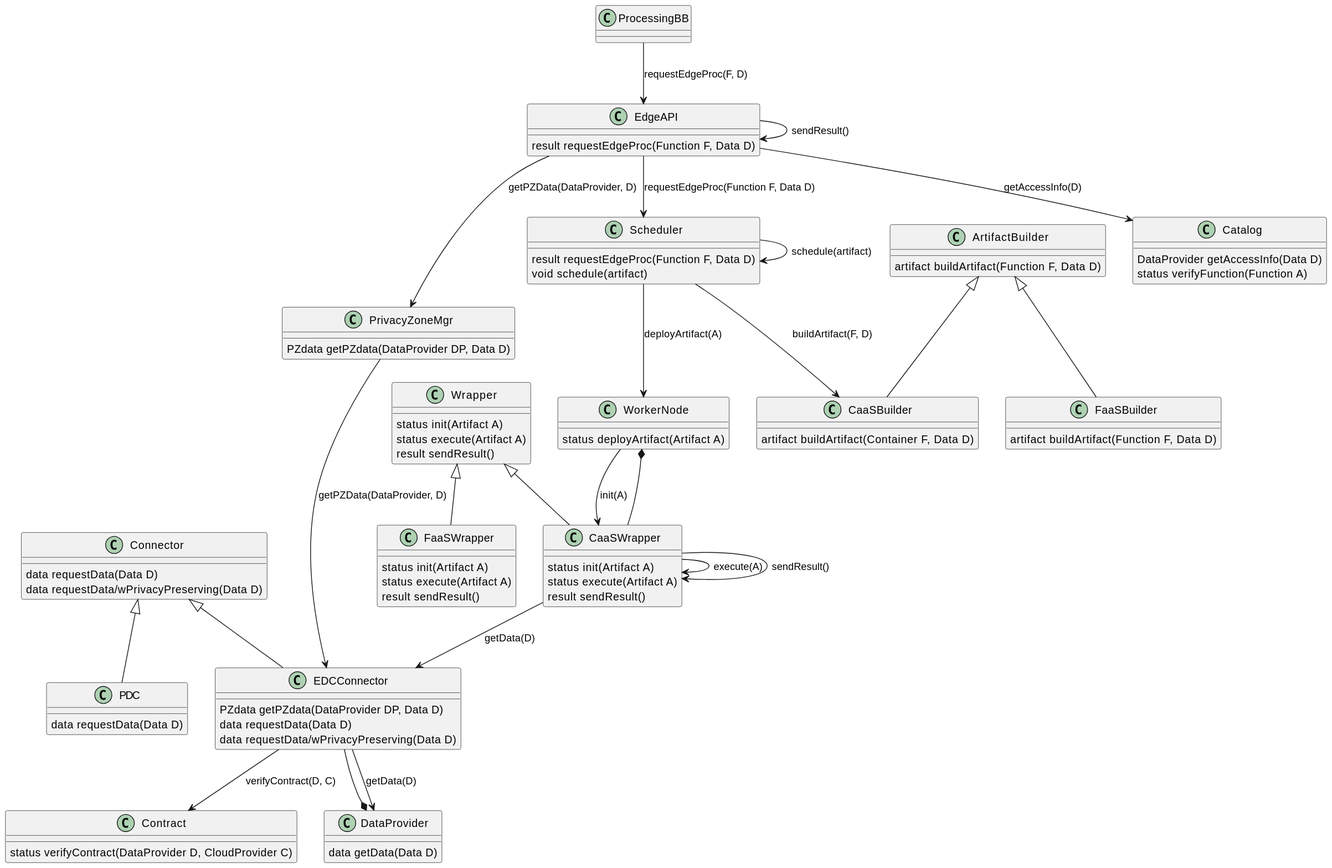
Above: docs/diagrams/edge-computing-bb-class-diag.svg in Prometheus-X-association/edge-computing (PlantUML), before the change. The source it was exported from:
```plantuml
@startuml
class EdgeAPI {
  {method} result requestEdgeProc(Function F, Data D)
}
class PrivacyZoneMgr {
  {method} PZdata getPZdata(DataProvider DP, Data D)
}
class Connector {
  {method} data requestData(Data D)
  {method} data requestData/wPrivacyPreserving(Data D)
}
class PDC {
  {method} data requestData(Data D)
}
class EDCConnector {
  {method} PZdata getPZdata(DataProvider DP, Data D)
  {method} data requestData(Data D)
  {method} data requestData/wPrivacyPreserving(Data D)
}
class Catalog {
  {method} DataProvider getAccessInfo(Data D)
  {method} status verifyFunction(Function A)
}
class Contract {
  {method} status verifyContract(DataProvider D, CloudProvider C)
}
class DataProvider {
  {method} data getData(Data D)
}
class ProcessingBB {
}
class Scheduler {
  {method} result requestEdgeProc(Function F, Data D)
  {method} void schedule(artifact)
}
class ArtifactBuilder {
  {method} artifact buildArtifact(Function F, Data D)
}
class CaaSBuilder {
  {method} artifact buildArtifact(Container F, Data D)
}
class FaaSBuilder {
  {method} artifact buildArtifact(Function F, Data D)
}
class Wrapper {
  {method} status init(Artifact A)
  {method} status execute(Artifact A)
  {method} result sendResult()
}
class CaaSWrapper {
  {method} status init(Artifact A)
  {method} status execute(Artifact A)
  {method} result sendResult()
}
class FaaSWrapper {
  {method} status init(Artifact A)
  {method} status execute(Artifact A)
  {method} result sendResult()
}
class WorkerNode {
  {method} status deployArtifact(Artifact A)
}

DataProvider *-- EDCConnector

Connector <|-- PDC
Connector <|-- EDCConnector

ArtifactBuilder <|-- CaaSBuilder
ArtifactBuilder <|-- FaaSBuilder
Wrapper <|-- CaaSWrapper
Wrapper <|-- FaaSWrapper

WorkerNode *-- CaaSWrapper

ProcessingBB --> EdgeAPI : requestEdgeProc(F, D)
EdgeAPI --> Catalog : getAccessInfo(D)
EdgeAPI --> PrivacyZoneMgr : getPZData(DataProvider, D)
PrivacyZoneMgr --> EDCConnector : getPZData(DataProvider, D)

EdgeAPI --> Scheduler : requestEdgeProc(Function F, Data D)
Scheduler --> CaaSBuilder : buildArtifact(F, D)
Scheduler --> Scheduler : schedule(artifact)
Scheduler --> WorkerNode : deployArtifact(A)
WorkerNode --> CaaSWrapper : init(A)
CaaSWrapper --> EDCConnector : getData(D)
EDCConnector --> Contract : verifyContract(D, C)
EDCConnector --> DataProvider : getData(D)
CaaSWrapper --> CaaSWrapper : execute(A)
CaaSWrapper --> CaaSWrapper : sendResult()


EdgeAPI --> EdgeAPI : sendResult()
@enduml
```
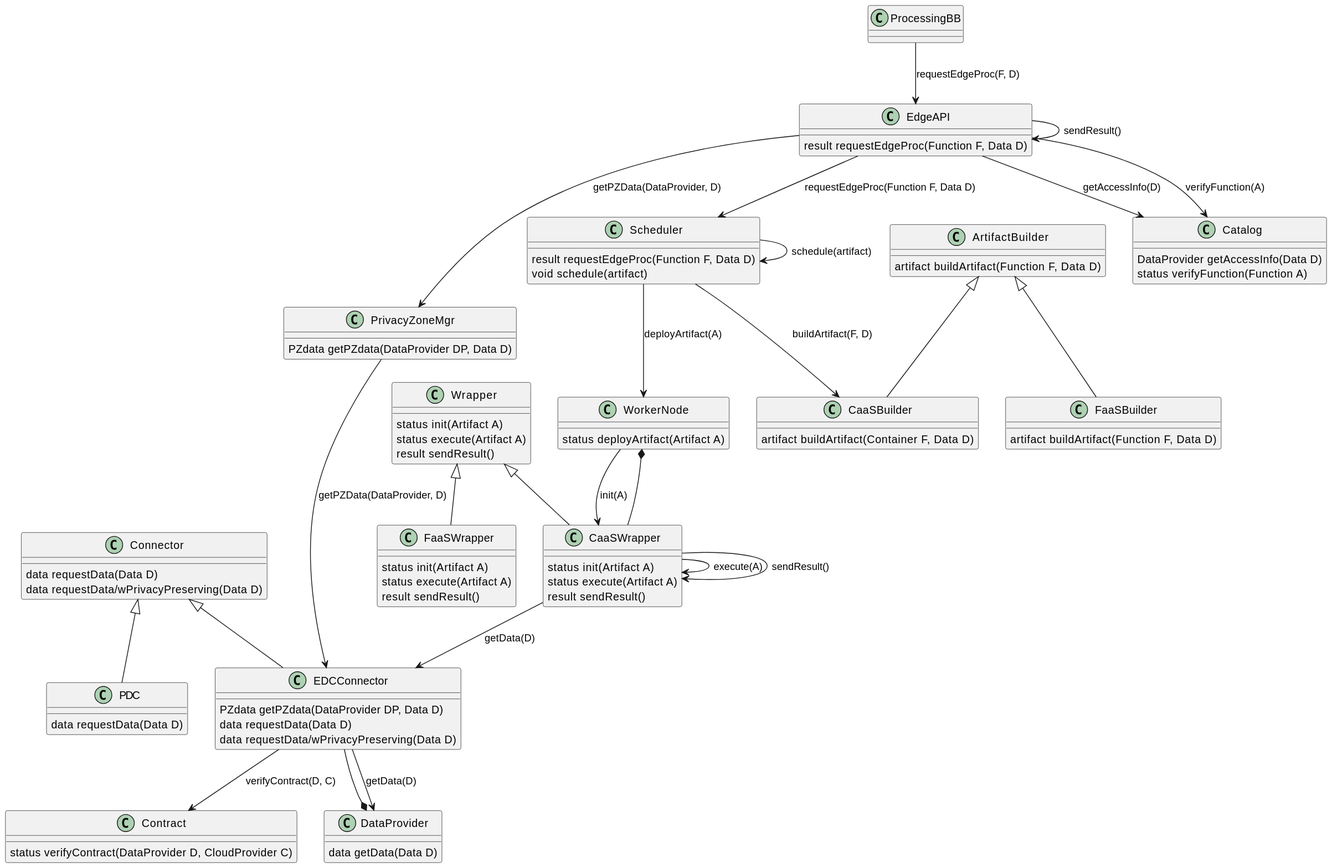
The same diagram one commit later.

Commit message:
update class diagram, add sequence diagram

The edit, as a diff of the source:
```diff
@@ -75,6 +75,7 @@
 
 ProcessingBB --> EdgeAPI : requestEdgeProc(F, D)
 EdgeAPI --> Catalog : getAccessInfo(D)
+EdgeAPI --> Catalog : verifyFunction(A)
 EdgeAPI --> PrivacyZoneMgr : getPZData(DataProvider, D)
 PrivacyZoneMgr --> EDCConnector : getPZData(DataProvider, D)
 
@@ -89,6 +90,5 @@
 CaaSWrapper --> CaaSWrapper : execute(A)
 CaaSWrapper --> CaaSWrapper : sendResult()
 
-
 EdgeAPI --> EdgeAPI : sendResult()
 @enduml
```
